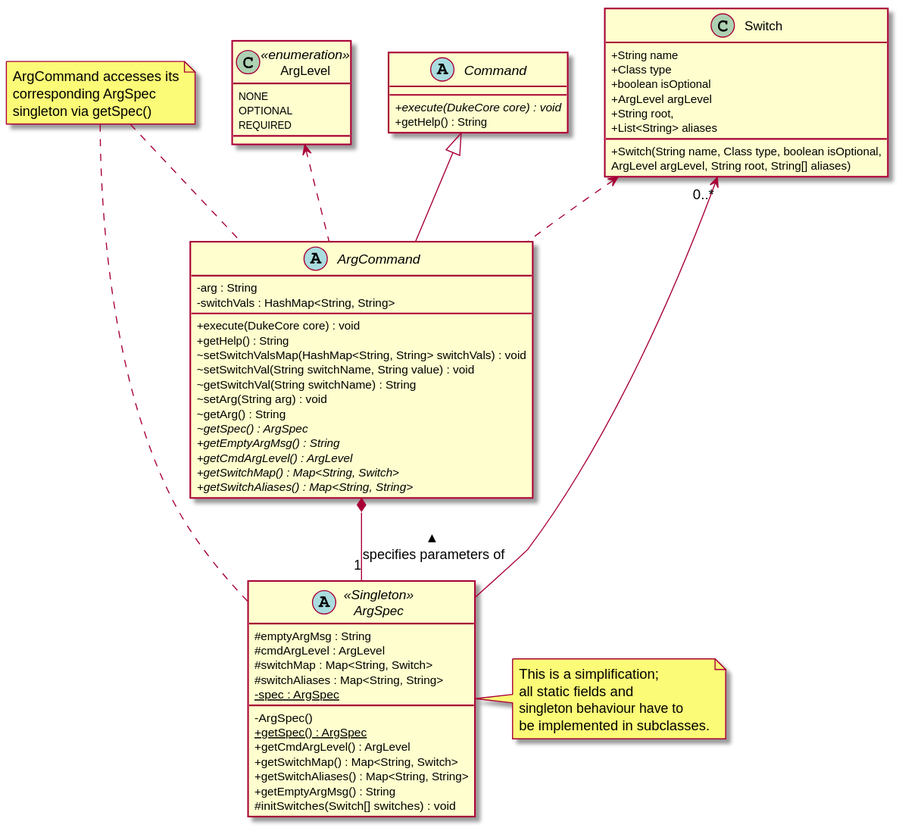
nusCS2113-AY1920S1/PersonalAssistant-Duke keeps this PlantUML diagram as docs/images/plantuml/logic.svg. Above is the earlier version. Source of this version:
```plantuml
@startuml
skinparam classAttributeIconSize 0

abstract class Command {
  {abstract} +execute(DukeCore core) : void
  +getHelp() : String
}

abstract class ArgCommand {
  -arg : String
  -switchVals : HashMap<String, String>
  +execute(DukeCore core) : void
  +getHelp() : String
  ~setSwitchValsMap(HashMap<String, String> switchVals) : void
  ~setSwitchVal(String switchName, String value) : void
  ~getSwitchVal(String switchName) : String
  ~setArg(String arg) : void
  ~getArg() : String
  {abstract} ~getSpec() : ArgSpec
  {abstract} +getEmptyArgMsg() : String
  {abstract} +getCmdArgLevel() : ArgLevel
  {abstract} +getSwitchMap() : Map<String, Switch>
  {abstract} +getSwitchAliases() : Map<String, String>
}

note "ArgCommand accesses its\ncorresponding ArgSpec\nsingleton via getSpec()" as specCommandNote
specCommandNote .. ArgCommand
specCommandNote .. ArgSpec

class ArgLevel <<enumeration>> {
  NONE
  OPTIONAL
  REQUIRED
}

class Switch {
  +String name
  +Class type
  +boolean isOptional
  +ArgLevel argLevel
  +String root,
  +List<String> aliases
  +Switch(String name, Class type, boolean isOptional,\nArgLevel argLevel, String root, String[] aliases)
}

abstract class ArgSpec <<Singleton>> {
    #emptyArgMsg : String
    #cmdArgLevel : ArgLevel
    #switchMap : Map<String, Switch>
    #switchAliases : Map<String, String>
    -spec : ArgSpec {static}
    -ArgSpec()
    +getSpec() : ArgSpec {static}
    +getCmdArgLevel() : ArgLevel
    +getSwitchMap() : Map<String, Switch>
    +getSwitchAliases() : Map<String, String>
    +getEmptyArgMsg() : String
    #initSwitches(Switch[] switches) : void
}

note right of ArgSpec : This is a simplification;\nall static fields and\nsingleton behaviour have to\nbe implemented in subclasses.

Command <|-- ArgCommand
ArgLevel <.. ArgCommand
Switch <.. ArgCommand
Switch "0..*" <-- ArgSpec
ArgCommand *-- "1" ArgSpec : < specifies parameters of

@enduml
```
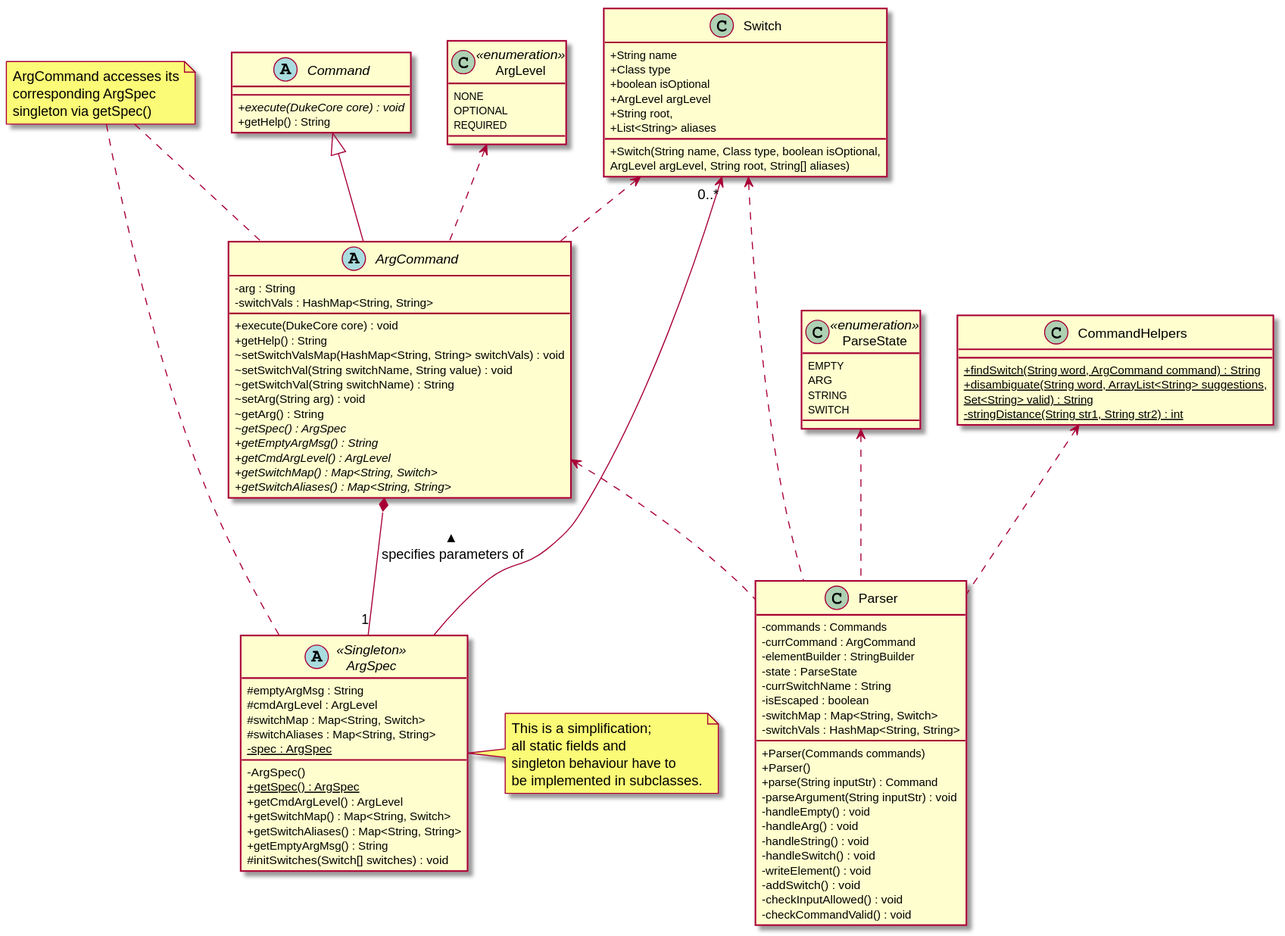
After the commit.

The edit, as a diff of the source:
```diff
@@ -66,4 +66,45 @@
 Switch "0..*" <-- ArgSpec
 ArgCommand *-- "1" ArgSpec : < specifies parameters of
 
+class Parser {
+    -commands : Commands
+    -currCommand : ArgCommand
+    -elementBuilder : StringBuilder
+    -state : ParseState
+    -currSwitchName : String
+    -isEscaped : boolean
+    -switchMap : Map<String, Switch>
+    -switchVals : HashMap<String, String>
+    +Parser(Commands commands)
+    +Parser()
+    +parse(String inputStr) : Command
+    -parseArgument(String inputStr) : void
+    -handleEmpty() : void
+    -handleArg() : void
+    -handleString() : void
+    -handleSwitch() : void
+    -writeElement() : void
+    -addSwitch() : void
+    -checkInputAllowed() : void
+    -checkCommandValid() : void
+}
+
+class ParseState <<enumeration>> {
+    EMPTY
+    ARG
+    STRING
+    SWITCH
+}
+
+class CommandHelpers {
+    {static} +findSwitch(String word, ArgCommand command) : String
+    {static} +disambiguate(String word, ArrayList<String> suggestions,\nSet<String> valid) : String
+    {static} -stringDistance(String str1, String str2) : int
+}
+
+ParseState <.. Parser
+Switch <.. Parser
+ArgCommand <.. Parser
+CommandHelpers <.. Parser
+
 @enduml
```
